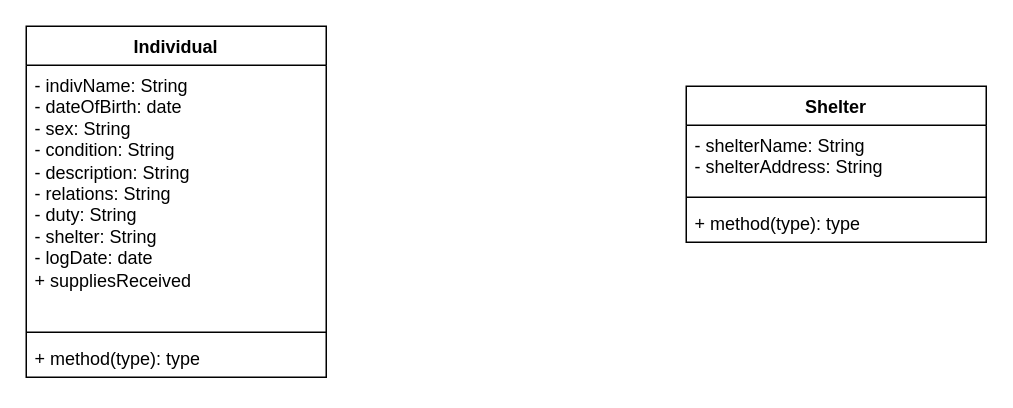
ENSF-380-Group-25/Project-1 keeps this draw.io diagram as disaster_recover_UML_25.drawio. Above is the earlier version. Source tidied: cells renumbered, new cells numbered last; positions are measured from the earlier drawing's top-left corner, leaving out a move shared by most shapes. Both pictures are drawn from the tidied source at 150%, with x=0, y=0 at pixel (26, 26).
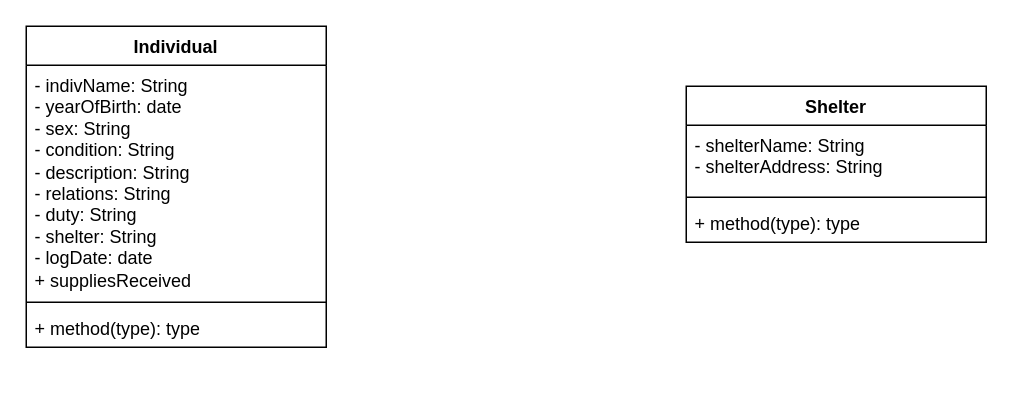
Above is the later version.

What changed in the source:
```diff
@@
 <mxGraphModel>
   <root>
     <mxCell id="0" />
     <mxCell id="1" parent="0" />
     <mxCell id="2" value="Individual" style="swimlane;fontStyle=1;align=center;verticalAlign=top;horizontal=1;startSize=26;whiteSpace=wrap;html=1;" parent="1" vertex="1">
-      <mxGeometry width="200" height="234" as="geometry" />
+      <mxGeometry width="200" height="214" as="geometry" />
     </mxCell>
-    <mxCell id="3" value="- indivName: String&lt;div&gt;- dateOfBirth: date&lt;/div&gt;&lt;div&gt;- sex: String&lt;/div&gt;&lt;div&gt;- condition: String&lt;/div&gt;&lt;div&gt;- description: String&lt;/div&gt;&lt;div&gt;- relations: String&lt;/div&gt;&lt;div&gt;- duty: String&lt;/div&gt;&lt;div&gt;- shelter: String&lt;/div&gt;&lt;div&gt;- logDate: date&amp;nbsp;&lt;/div&gt;&lt;div&gt;+ suppliesReceived&lt;/div&gt;" style="text;strokeColor=none;fillColor=none;align=left;verticalAlign=top;spacingLeft=4;spacingRight=4;overflow=hidden;whiteSpace=wrap;html=1;" parent="2" vertex="1">
-      <mxGeometry y="26" width="200" height="174" as="geometry" />
+    <mxCell id="3" value="- indivName: String&lt;div&gt;- yearOfBirth: date&lt;/div&gt;&lt;div&gt;- sex: String&lt;/div&gt;&lt;div&gt;- condition: String&lt;/div&gt;&lt;div&gt;- description: String&lt;/div&gt;&lt;div&gt;- relations: String&lt;/div&gt;&lt;div&gt;- duty: String&lt;/div&gt;&lt;div&gt;- shelter: String&lt;/div&gt;&lt;div&gt;- logDate: date&amp;nbsp;&lt;/div&gt;&lt;div&gt;+ suppliesReceived&lt;/div&gt;" style="text;strokeColor=none;fillColor=none;align=left;verticalAlign=top;spacingLeft=4;spacingRight=4;overflow=hidden;whiteSpace=wrap;html=1;" parent="2" vertex="1">
+      <mxGeometry y="26" width="200" height="154" as="geometry" />
     </mxCell>
     <mxCell id="4" style="line;strokeWidth=1;fillColor=none;align=left;verticalAlign=middle;spacingTop=-1;spacingLeft=3;spacingRight=3;labelPosition=right;strokeColor=inherit;" parent="2" vertex="1">
-      <mxGeometry y="200" width="200" height="8" as="geometry" />
+      <mxGeometry y="180" width="200" height="8" as="geometry" />
     </mxCell>
     <mxCell id="5" value="+ method(type): type" style="text;strokeColor=none;fillColor=none;align=left;verticalAlign=top;spacingLeft=4;spacingRight=4;overflow=hidden;whiteSpace=wrap;html=1;" parent="2" vertex="1">
-      <mxGeometry y="208" width="200" height="26" as="geometry" />
+      <mxGeometry y="188" width="200" height="26" as="geometry" />
     </mxCell>
     <mxCell id="6" value="Shelter" style="swimlane;fontStyle=1;align=center;verticalAlign=top;horizontal=1;startSize=26;whiteSpace=wrap;html=1;" parent="1" vertex="1">
       <mxGeometry x="440" y="40" width="200" height="104" as="geometry" />
     </mxCell>
     <mxCell id="7" value="- shelterName: String&lt;div&gt;- shelterAddress: String&lt;/div&gt;" style="text;strokeColor=none;fillColor=none;align=left;verticalAlign=top;spacingLeft=4;spacingRight=4;overflow=hidden;whiteSpace=wrap;html=1;" parent="6" vertex="1">
       <mxGeometry y="26" width="200" height="44" as="geometry" />
     </mxCell>
     <mxCell id="8" style="line;strokeWidth=1;fillColor=none;align=left;verticalAlign=middle;spacingTop=-1;spacingLeft=3;spacingRight=3;labelPosition=right;strokeColor=inherit;" parent="6" vertex="1">
       <mxGeometry y="70" width="200" height="8" as="geometry" />
     </mxCell>
     <mxCell id="9" value="+ method(type): type" style="text;strokeColor=none;fillColor=none;align=left;verticalAlign=top;spacingLeft=4;spacingRight=4;overflow=hidden;whiteSpace=wrap;html=1;" parent="6" vertex="1">
       <mxGeometry y="78" width="200" height="26" as="geometry" />
     </mxCell>
   </root>
 </mxGraphModel>
```
